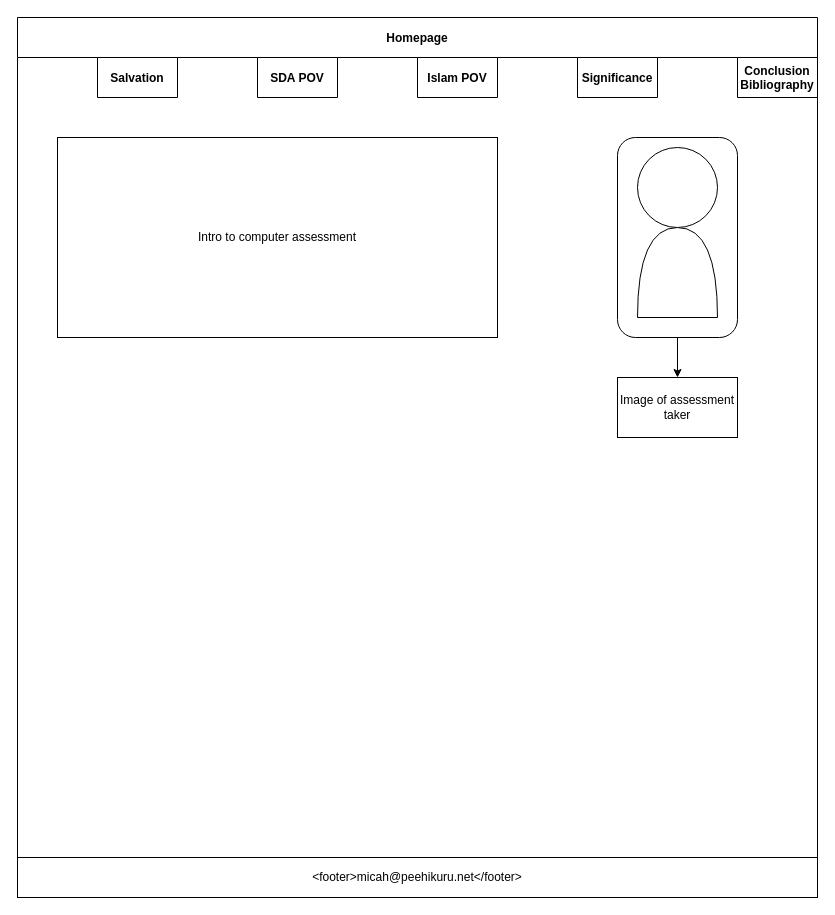
The draw.io diagram page "Homepage" (1 of 3) of wireframe.drawio in Maori-boi/test-website, before the edit. Source tidied: cells renumbered, new cells numbered last; positions are measured from the earlier drawing's top-left corner, leaving out a move shared by most shapes. Both pictures are drawn from the tidied source at 100%, with x=0, y=0 at pixel (17, 17).
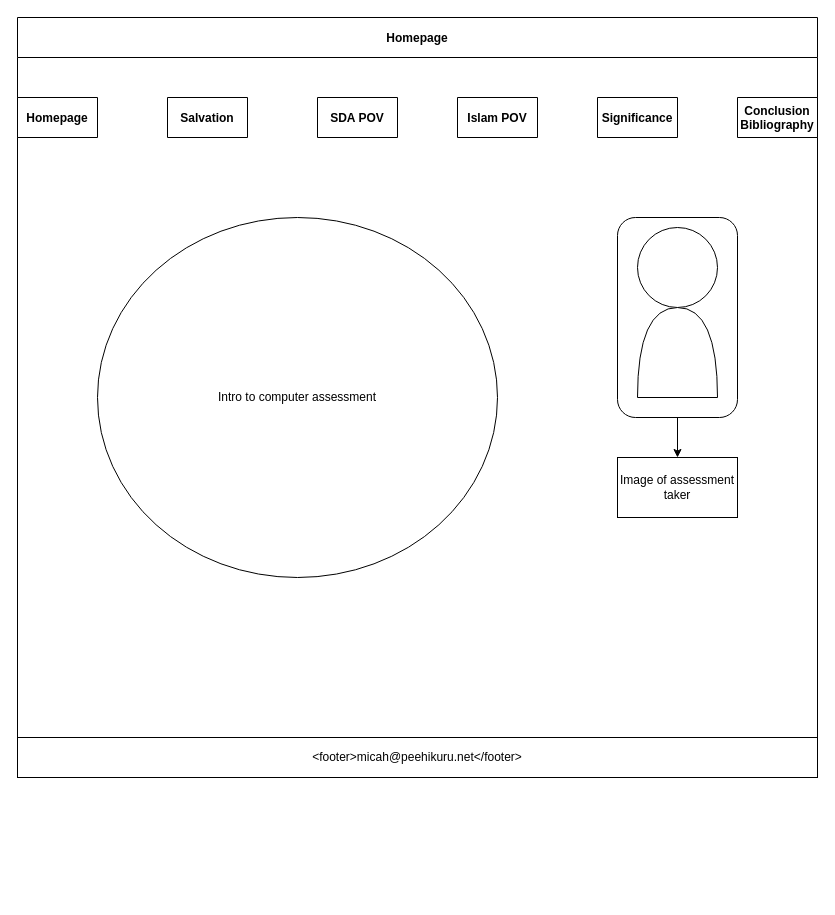
Above is the later version.

Commit message:
Created second wireframe page

The edit, as a diff of the source:
```diff
@@
 <mxGraphModel>
   <root>
     <mxCell id="0" />
     <mxCell id="1" parent="0" />
     <mxCell id="2" value="Homepage" style="swimlane;startSize=40;horizontal=1;containerType=tree;" parent="1" vertex="1">
-      <mxGeometry width="800" height="880" as="geometry" />
+      <mxGeometry width="800" height="760" as="geometry" />
     </mxCell>
     <mxCell id="3" style="edgeStyle=none;html=1;exitX=0.5;exitY=1;exitDx=0;exitDy=0;entryX=0.5;entryY=0;entryDx=0;entryDy=0;" parent="2" edge="1" source="4" target="14">
       <mxGeometry relative="1" as="geometry" />
     </mxCell>
     <mxCell id="4" style="rounded=1;whiteSpace=wrap;html=1;" parent="2" vertex="1">
-      <mxGeometry x="600" y="120" width="120" height="200" as="geometry" />
+      <mxGeometry x="600" y="200" width="120" height="200" as="geometry" />
     </mxCell>
-    <mxCell id="5" value="Salvation" style="swimlane;startSize=40;horizontal=1;containerType=tree;" parent="2" vertex="1" collapsed="1">
-      <mxGeometry x="80" y="40" width="80" height="40" as="geometry" />
-    </mxCell>
     <mxCell id="6" value="Conclusion&#10;Bibliography" style="swimlane;startSize=40;horizontal=1;containerType=tree;" parent="2" vertex="1" collapsed="1">
-      <mxGeometry x="720" y="40" width="80" height="40" as="geometry" />
+      <mxGeometry x="720" y="80" width="80" height="40" as="geometry" />
     </mxCell>
     <mxCell id="7" value="Significance" style="swimlane;startSize=40;horizontal=1;containerType=tree;" parent="2" vertex="1" collapsed="1">
-      <mxGeometry x="560" y="40" width="80" height="40" as="geometry" />
+      <mxGeometry x="580" y="80" width="80" height="40" as="geometry" />
     </mxCell>
     <mxCell id="8" value="Islam POV" style="swimlane;startSize=40;horizontal=1;containerType=tree;" parent="2" vertex="1" collapsed="1">
-      <mxGeometry x="400" y="40" width="80" height="40" as="geometry" />
+      <mxGeometry x="440" y="80" width="80" height="40" as="geometry" />
     </mxCell>
     <mxCell id="9" value="SDA POV" style="swimlane;startSize=40;horizontal=1;containerType=tree;" parent="2" vertex="1" collapsed="1">
-      <mxGeometry x="240" y="40" width="80" height="40" as="geometry" />
+      <mxGeometry x="300" y="80" width="80" height="40" as="geometry" />
     </mxCell>
-    <mxCell id="10" value="Intro to computer assessment&lt;br&gt;" style="rounded=0;whiteSpace=wrap;html=1;" parent="2" vertex="1">
-      <mxGeometry x="40" y="120" width="440" height="200" as="geometry" />
-    </mxCell>
     <mxCell id="11" value="&amp;lt;footer&amp;gt;micah@peehikuru.net&amp;lt;/footer&amp;gt;" style="rounded=0;whiteSpace=wrap;html=1;" parent="2" vertex="1">
-      <mxGeometry y="840" width="800" height="40" as="geometry" />
+      <mxGeometry y="720" width="800" height="40" as="geometry" />
     </mxCell>
     <mxCell id="12" style="ellipse;whiteSpace=wrap;html=1;" parent="2" vertex="1">
-      <mxGeometry x="620" y="130" width="80" height="80" as="geometry" />
+      <mxGeometry x="620" y="210" width="80" height="80" as="geometry" />
     </mxCell>
     <mxCell id="13" style="shape=or;whiteSpace=wrap;html=1;direction=north;" parent="2" vertex="1">
-      <mxGeometry x="620" y="210" width="80" height="90" as="geometry" />
+      <mxGeometry x="620" y="290" width="80" height="90" as="geometry" />
     </mxCell>
     <mxCell id="14" value="Image of assessment taker" style="rounded=0;whiteSpace=wrap;html=1;" parent="2" vertex="1">
-      <mxGeometry x="600" y="360" width="120" height="60" as="geometry" />
+      <mxGeometry x="600" y="440" width="120" height="60" as="geometry" />
     </mxCell>
+    <mxCell id="10" value="&lt;span&gt;Intro to computer assessment&lt;/span&gt;" style="ellipse;whiteSpace=wrap;html=1;direction=south;" parent="2" vertex="1">
+      <mxGeometry x="80" y="200" width="400" height="360" as="geometry" />
+    </mxCell>
+    <mxCell id="5" value="Salvation" style="swimlane;startSize=40;horizontal=1;containerType=tree;" parent="2" vertex="1" collapsed="1">
+      <mxGeometry x="150" y="80" width="80" height="40" as="geometry" />
+    </mxCell>
+    <mxCell id="15" value="Homepage" style="swimlane;startSize=40;horizontal=1;containerType=tree;" parent="2" vertex="1" collapsed="1">
+      <mxGeometry y="80" width="80" height="40" as="geometry" />
+    </mxCell>
   </root>
 </mxGraphModel>
```
